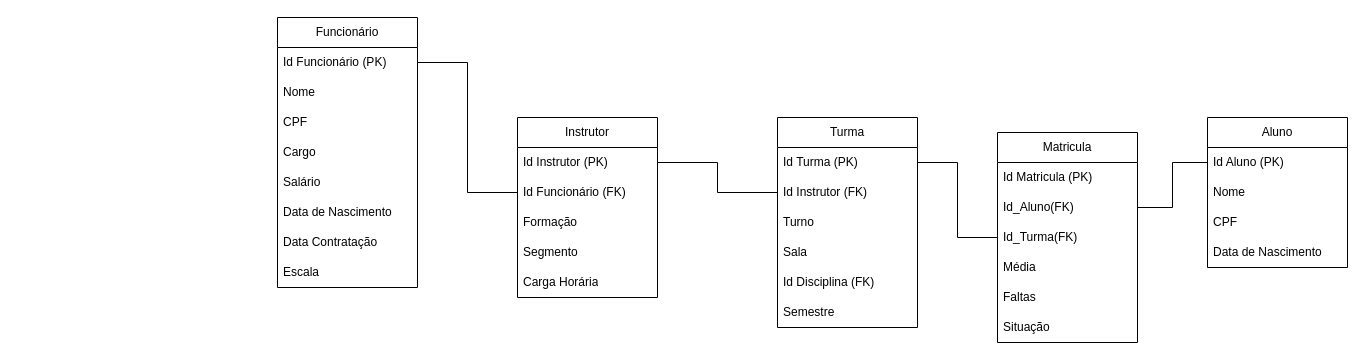
TarikPonciano/Ninho-Devs-2 keeps this draw.io diagram as Tarde/Aula 23/Diagramas aula 23.drawio. Above is the earlier version. Source tidied: cells renumbered, new cells numbered last; positions are measured from the earlier drawing's top-left corner, leaving out a move shared by most shapes. Both pictures are drawn from the tidied source at 100%, with x=0, y=0 at pixel (277, 17).
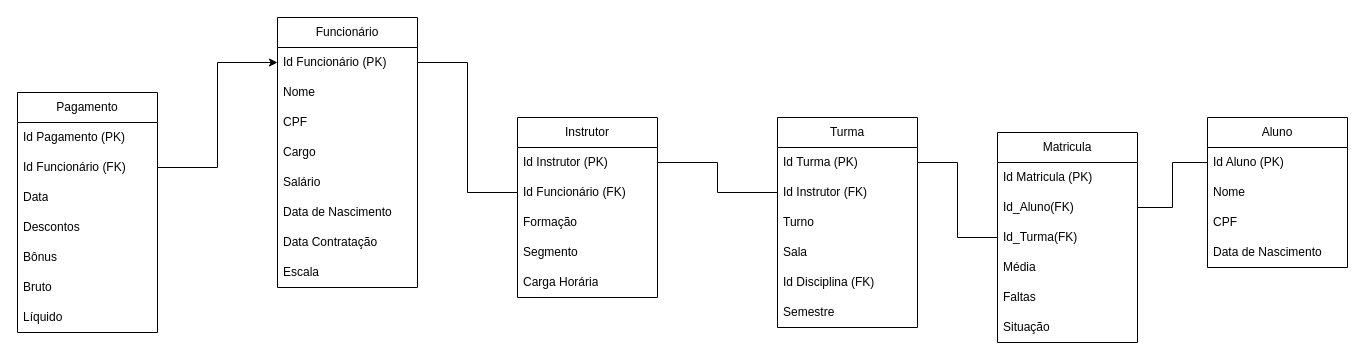
The same diagram, later.

The change refers to these unchanged cells:
```xml
<mxCell id="3" value="Id Funcionário (PK)" style="text;strokeColor=none;fillColor=none;align=left;verticalAlign=middle;spacingLeft=4;spacingRight=4;overflow=hidden;points=[[0,0.5],[1,0.5]];portConstraint=eastwest;whiteSpace=wrap;html=1;" parent="2" vertex="1">
  <mxGeometry y="30" width="140" height="30" as="geometry" />
</mxCell>
```

What changed in the source:
```diff
@@
+    <mxCell id="40" value="Pagamento" style="swimlane;fontStyle=0;horizontal=1;startSize=30;whiteSpace=wrap;html=1;" parent="1" vertex="1">
+      <mxGeometry x="-260" y="75" width="140" height="240" as="geometry" />
+    </mxCell>
+    <mxCell id="41" value="Id Pagamento (PK)" style="text;strokeColor=none;fillColor=none;align=left;verticalAlign=middle;spacingLeft=4;spacingRight=4;overflow=hidden;whiteSpace=wrap;html=1;" parent="40" vertex="1">
+      <mxGeometry y="30" width="140" height="30" as="geometry" />
+    </mxCell>
+    <mxCell id="42" value="Id Funcionário (FK)" style="text;strokeColor=none;fillColor=none;align=left;verticalAlign=middle;spacingLeft=4;spacingRight=4;overflow=hidden;points=[[0,0.5],[1,0.5]];portConstraint=eastwest;whiteSpace=wrap;html=1;" parent="40" vertex="1">
+      <mxGeometry y="60" width="140" height="30" as="geometry" />
+    </mxCell>
+    <mxCell id="43" value="Data" style="text;strokeColor=none;fillColor=none;align=left;verticalAlign=middle;spacingLeft=4;spacingRight=4;overflow=hidden;whiteSpace=wrap;html=1;" parent="40" vertex="1">
+      <mxGeometry y="90" width="140" height="30" as="geometry" />
+    </mxCell>
+    <mxCell id="44" value="Descontos" style="text;strokeColor=none;fillColor=none;align=left;verticalAlign=middle;spacingLeft=4;spacingRight=4;overflow=hidden;whiteSpace=wrap;html=1;" parent="40" vertex="1">
+      <mxGeometry y="120" width="140" height="30" as="geometry" />
+    </mxCell>
+    <mxCell id="45" value="Bônus" style="text;strokeColor=none;fillColor=none;align=left;verticalAlign=middle;spacingLeft=4;spacingRight=4;overflow=hidden;whiteSpace=wrap;html=1;" parent="40" vertex="1">
+      <mxGeometry y="150" width="140" height="30" as="geometry" />
+    </mxCell>
+    <mxCell id="46" value="Bruto" style="text;strokeColor=none;fillColor=none;align=left;verticalAlign=middle;spacingLeft=4;spacingRight=4;overflow=hidden;whiteSpace=wrap;html=1;" parent="40" vertex="1">
+      <mxGeometry y="180" width="140" height="30" as="geometry" />
+    </mxCell>
+    <mxCell id="47" value="Líquido" style="text;strokeColor=none;fillColor=none;align=left;verticalAlign=middle;spacingLeft=4;spacingRight=4;overflow=hidden;whiteSpace=wrap;html=1;" parent="40" vertex="1">
+      <mxGeometry y="210" width="140" height="30" as="geometry" />
+    </mxCell>
+    <mxCell id="48" style="edgeStyle=orthogonalEdgeStyle;rounded=0;jettySize=auto;html=1;exitX=1;exitY=0.5;exitDx=0;exitDy=0;" parent="1" edge="1" source="42" target="3">
+      <mxGeometry relative="1" as="geometry" />
+    </mxCell>
```
